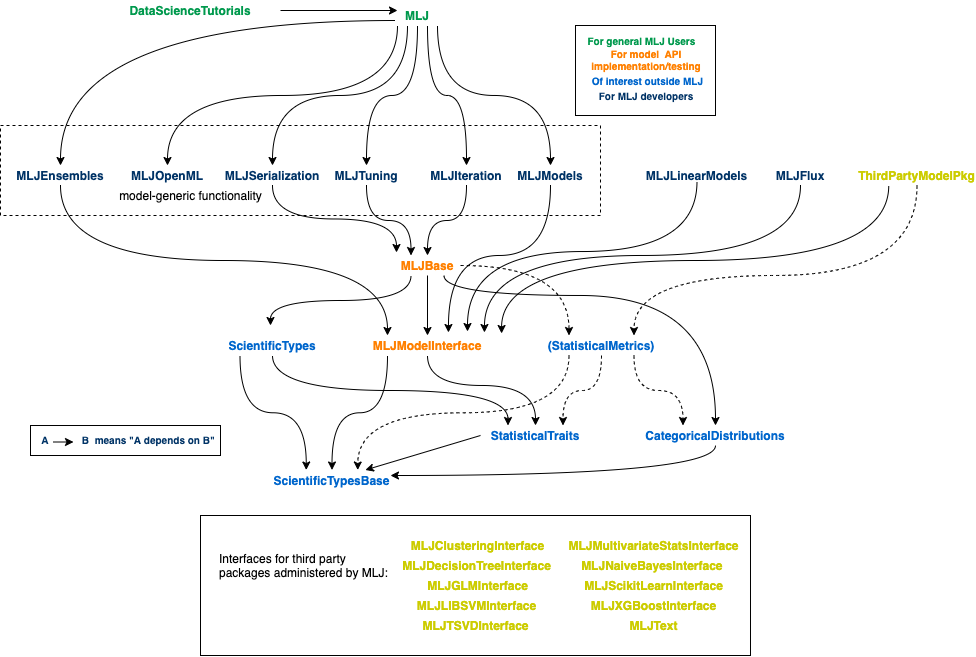
Above: material/MLJ_stack.png in JuliaAI/MLJ.jl (draw.io), before the change. Source tidied: cells renumbered, new cells last; positions are measured from the earlier drawing's top-left corner, leaving out a move shared by most shapes.
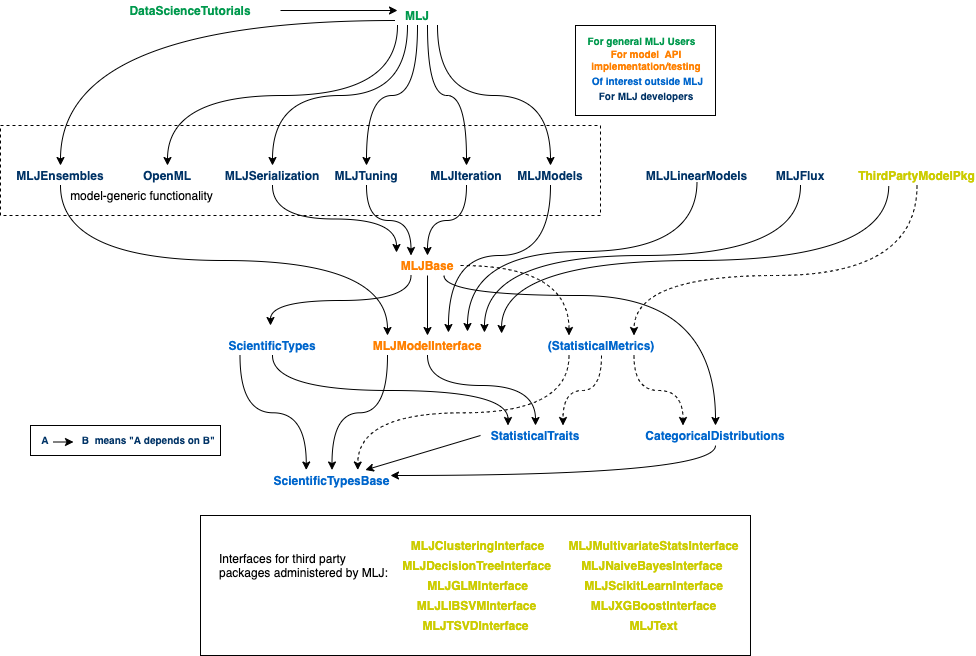
Above is the later version.

Commit message:
update dependency diagram again

Change to the diagram source:
```diff
@@ -138,7 +138,7 @@
       <mxGeometry x="750" y="165" width="100" height="20" as="geometry" />
     </mxCell>
     <mxCell id="39" value="model-generic functionality" style="text;html=1;align=center;verticalAlign=middle;" parent="1" vertex="1">
-      <mxGeometry x="110" y="185" width="160" height="20" as="geometry" />
+      <mxGeometry x="61" y="185" width="160" height="20" as="geometry" />
     </mxCell>
     <mxCell id="40" style="group;" parent="1" vertex="1">
       <mxGeometry x="30" y="425" width="190" height="30" as="geometry" />
@@ -210,7 +210,7 @@
     <mxCell id="58" value="&lt;b&gt;&lt;font color=&quot;#003366&quot;&gt;MLJModels&lt;/font&gt;&lt;/b&gt;" style="text;html=1;strokeColor=none;fillColor=none;align=center;verticalAlign=middle;whiteSpace=wrap;rounded=0;comic=1;" parent="1" vertex="1">
       <mxGeometry x="500" y="165" width="100" height="20" as="geometry" />
     </mxCell>
-    <mxCell id="59" value="&lt;b&gt;&lt;font color=&quot;#003366&quot;&gt;MLJOpenML&lt;br&gt;&lt;/font&gt;&lt;/b&gt;" style="text;html=1;strokeColor=none;fillColor=none;align=center;verticalAlign=middle;whiteSpace=wrap;rounded=0;comic=1;" parent="1" vertex="1">
+    <mxCell id="59" value="&lt;b&gt;&lt;font color=&quot;#003366&quot;&gt;OpenML&lt;br&gt;&lt;/font&gt;&lt;/b&gt;" style="text;html=1;strokeColor=none;fillColor=none;align=center;verticalAlign=middle;whiteSpace=wrap;rounded=0;comic=1;" parent="1" vertex="1">
       <mxGeometry x="127" y="165" width="80" height="20" as="geometry" />
     </mxCell>
     <mxCell id="60" style="edgeStyle=orthogonalEdgeStyle;curved=1;rounded=0;jettySize=auto;html=1;exitX=0.5;exitY=1;exitDx=0;exitDy=0;" parent="1" edge="1" source="61">
```
